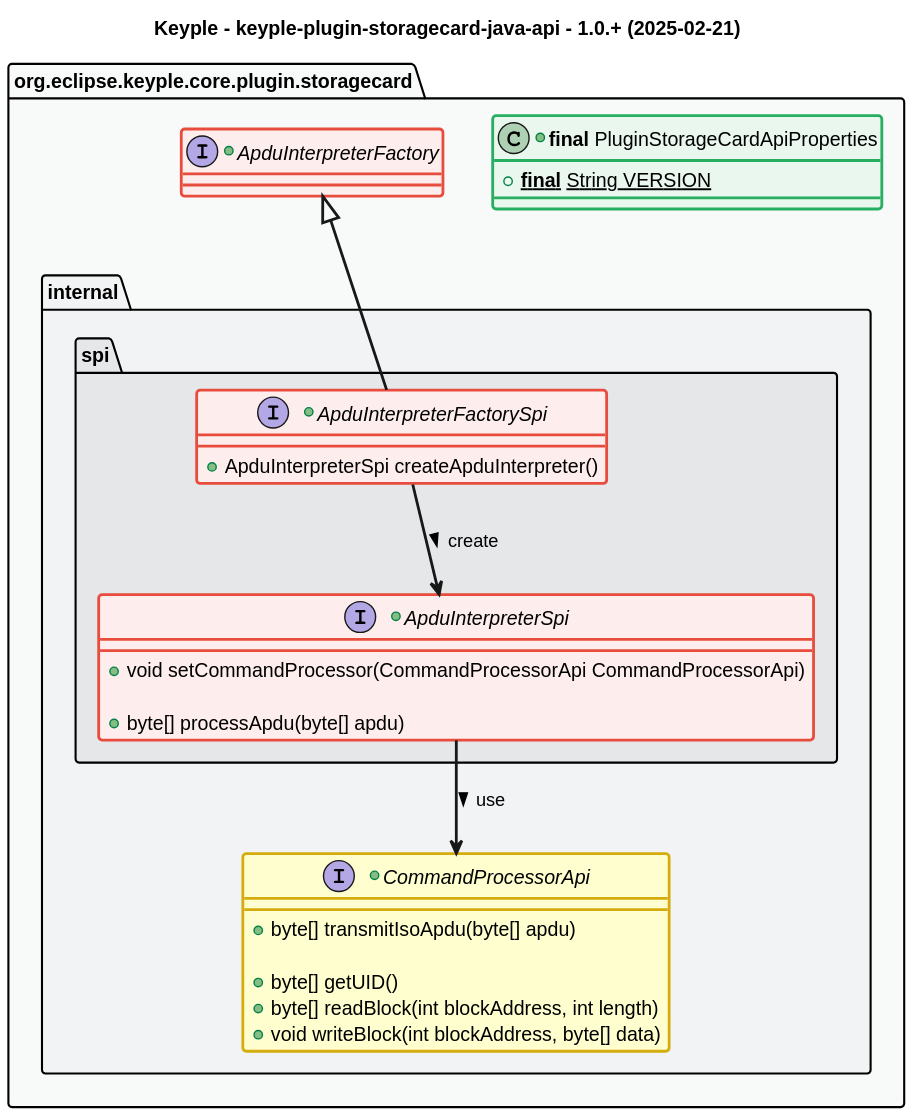
Above: src/main/uml/api_class_diagram.svg in eclipse-keyple/keyple-plugin-storagecard-java-api (PlantUML), before the change.
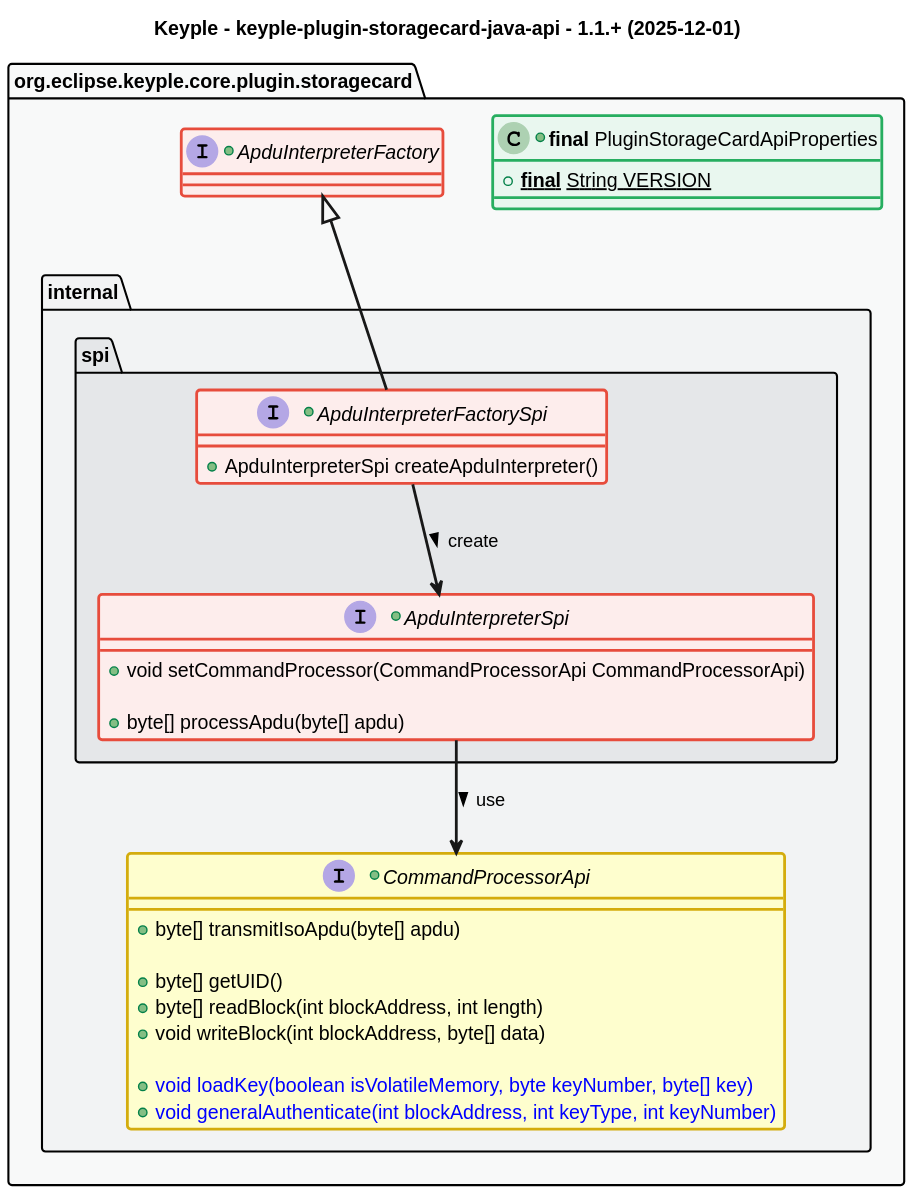
Later version of the same file.

Commit message:
feat: update API diagram to version 1.1 with new methods for key loading and authentication (Mifare Classic)

The edit, as a diff of the source:
```diff
@@ -1,6 +1,6 @@
 @startuml
 title
-    Keyple - keyple-plugin-storagecard-java-api - 1.0.+ (2025-02-21)
+    Keyple - keyple-plugin-storagecard-java-api - 1.1.+ (2025-12-01)
 end title
 
 
@@ -53,6 +53,9 @@
           +byte[] getUID()
           +byte[] readBlock(int blockAddress, int length)
           +void writeBlock(int blockAddress, byte[] data)
+
+          +<color:blue>void loadKey(boolean isVolatileMemory, byte keyNumber, byte[] key)
+          +<color:blue>void generalAuthenticate(int blockAddress, int keyType, int keyNumber)
       }
       package spi #C_GREY3 {
         +interface ApduInterpreterFactorySpi <<red>> extends api.ApduInterpreterFactory {
```
